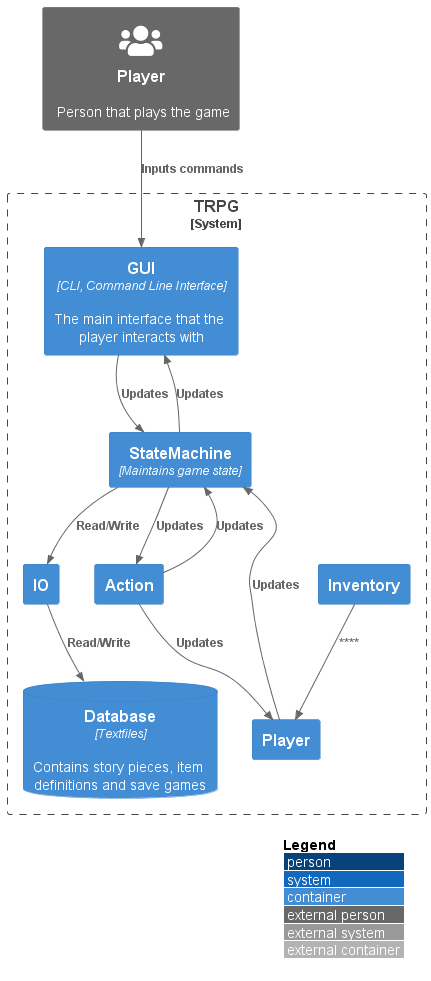
Before: 4_Design/ContainerDiagram.png, a diagram exported from PlantUML (Jesper-Hansenberg/TRPG).
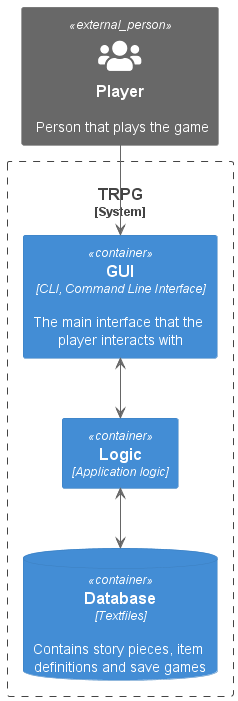
Later version of the same file.

Change to the diagram source:
```diff
@@ -4,30 +4,15 @@
 !define FONTAWESOME https://raw.githubusercontent.com/tupadr3/plantuml-icon-font-sprites/master/font-awesome-5
 !include FONTAWESOME/users.puml
 
-LAYOUT_WITH_LEGEND()
-
 Person_Ext(user, "Player", "Person that plays the game", $sprite="users")
 
 System_Boundary(c1, "TRPG"){
-
     Container(gui, "GUI", "CLI, Command Line Interface", "The main interface that the player interacts with")
-    Container(sm, "StateMachine", "Maintains game state")
-    Container(player, "Player")
-    Container(inventory, "Inventory")
-    Container(io, "IO")
-    Container(action, "Action")
-
+    Container(app, "Logic", "Application logic")
     ContainerDb(db, "Database", "Textfiles", "Contains story pieces, item definitions and save games")
 
-    Rel(user, gui, "Inputs commands")
-    Rel(gui, sm, "Updates")
-    Rel(sm, gui, "Updates")
-    Rel(action, sm, "Updates")
-    Rel(sm, action, "Updates")
-    Rel(action, player, "Updates")
-    Rel(player, sm, "Updates")
-    Rel(inventory, player, "")
-    Rel(sm, io, "Read/Write")
-    Rel(io, db, "Read/Write")
+    user --> gui
+    gui <--> app
+    db <-up-> app
 }
 @enduml
```
